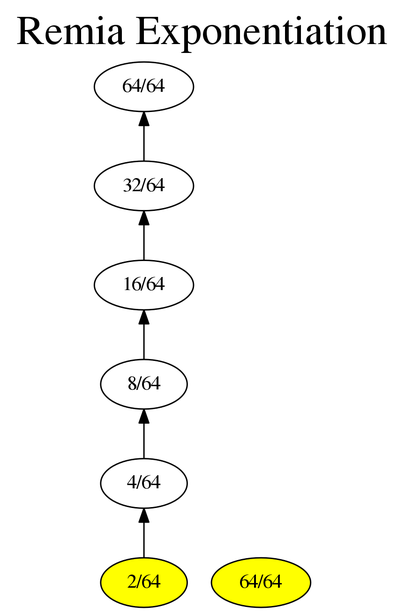
Above: GuiTool/image/Remia/RemiaHeapDot.png in iitramar/guiTool (Graphviz), before the change. Its source is kept beside it as GuiTool/image/Remia/RemiaHeapDot.dot.
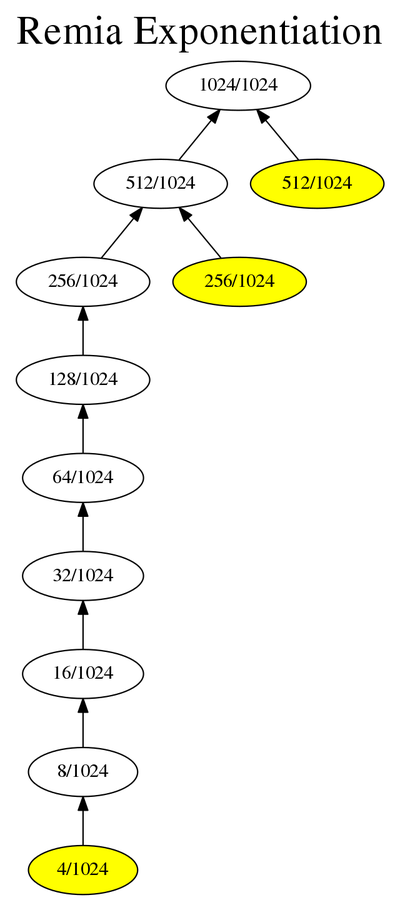
After the change.

Change to the diagram source:
```diff
@@ -1,18 +1,28 @@
 digraph G {
 rankdir = BT;
 graph [label= "Remia Exponentiation", labelloc=t, fontsize=30];
-101[label= " 64/64 " ];
-202[label= " 32/64 " ];
+101[label= " 1024/1024 " ];
+202[label= " 512/1024 " ];
 202->101
-404[label= " 16/64 " ];
+203[label= " 512/1024 " ];
+203->101
+404[label= " 256/1024 " ];
 404->202
-808[label= " 8/64 " ];
+405[label= " 256/1024 " ];
+405->202
+808[label= " 128/1024 " ];
 808->404
-1616[label= " 4/64 " ];
+1616[label= " 64/1024 " ];
 1616->808
-3232[label= " 2/64 " ];
+3232[label= " 32/1024 " ];
 3232->1616
-3232[style=filled, fillcolor=yellow];
-201[label= " 64/64 " ];
-201[style=filled, fillcolor=yellow];
+6464[label= " 16/1024 " ];
+6464->3232
+12928[label= " 8/1024 " ];
+12928->6464
+25856[label= " 4/1024 " ];
+25856->12928
+25856[style=filled, fillcolor=yellow];
+405[style=filled, fillcolor=yellow];
+203[style=filled, fillcolor=yellow];
 }
```
